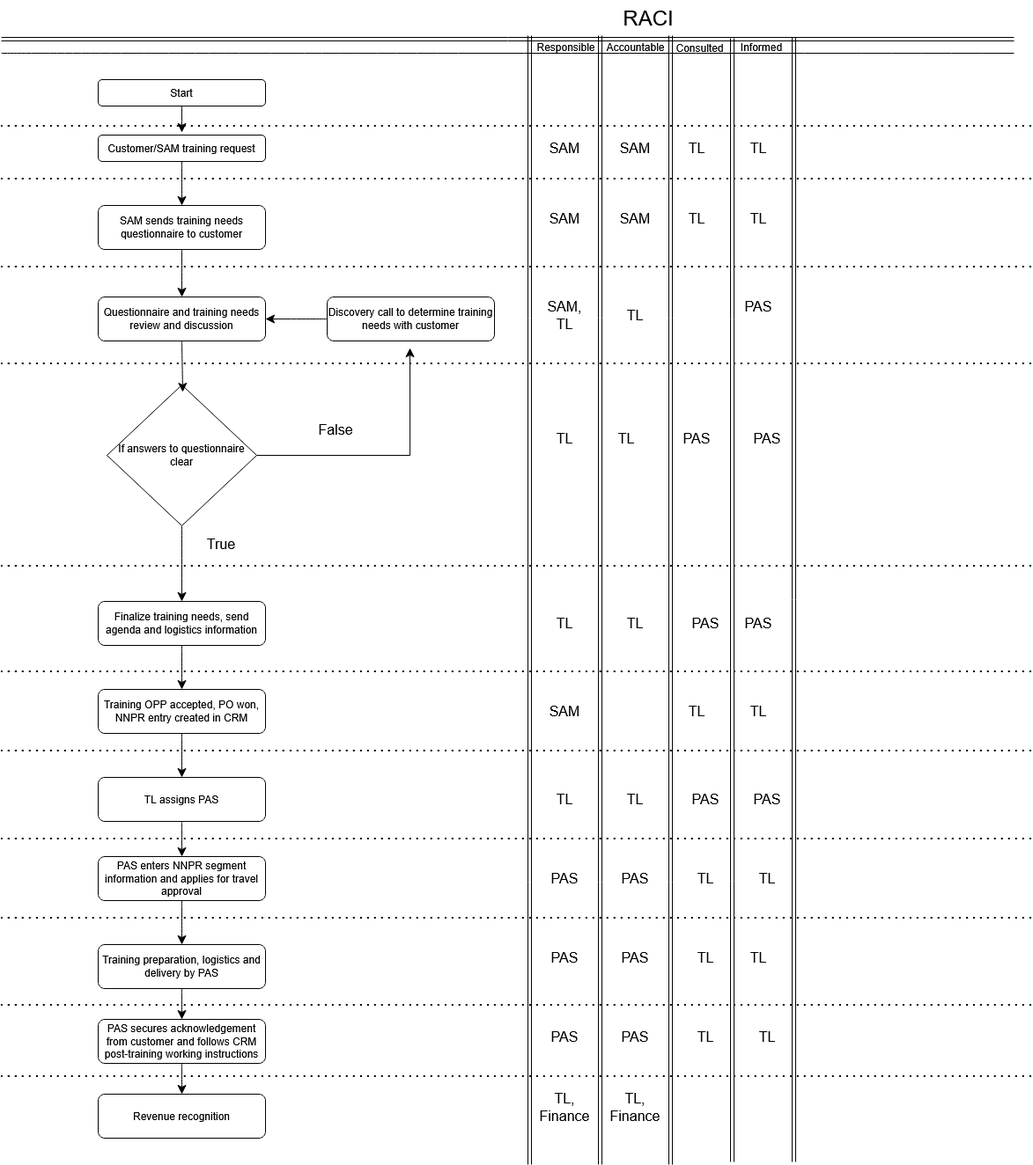
srivats2/dotfiles keeps this draw.io diagram as Postsales_Process.drawio.png. Above is the earlier version. Source tidied: cells renumbered, new cells last; positions are measured from the earlier drawing's top-left corner, leaving out a move shared by most shapes.
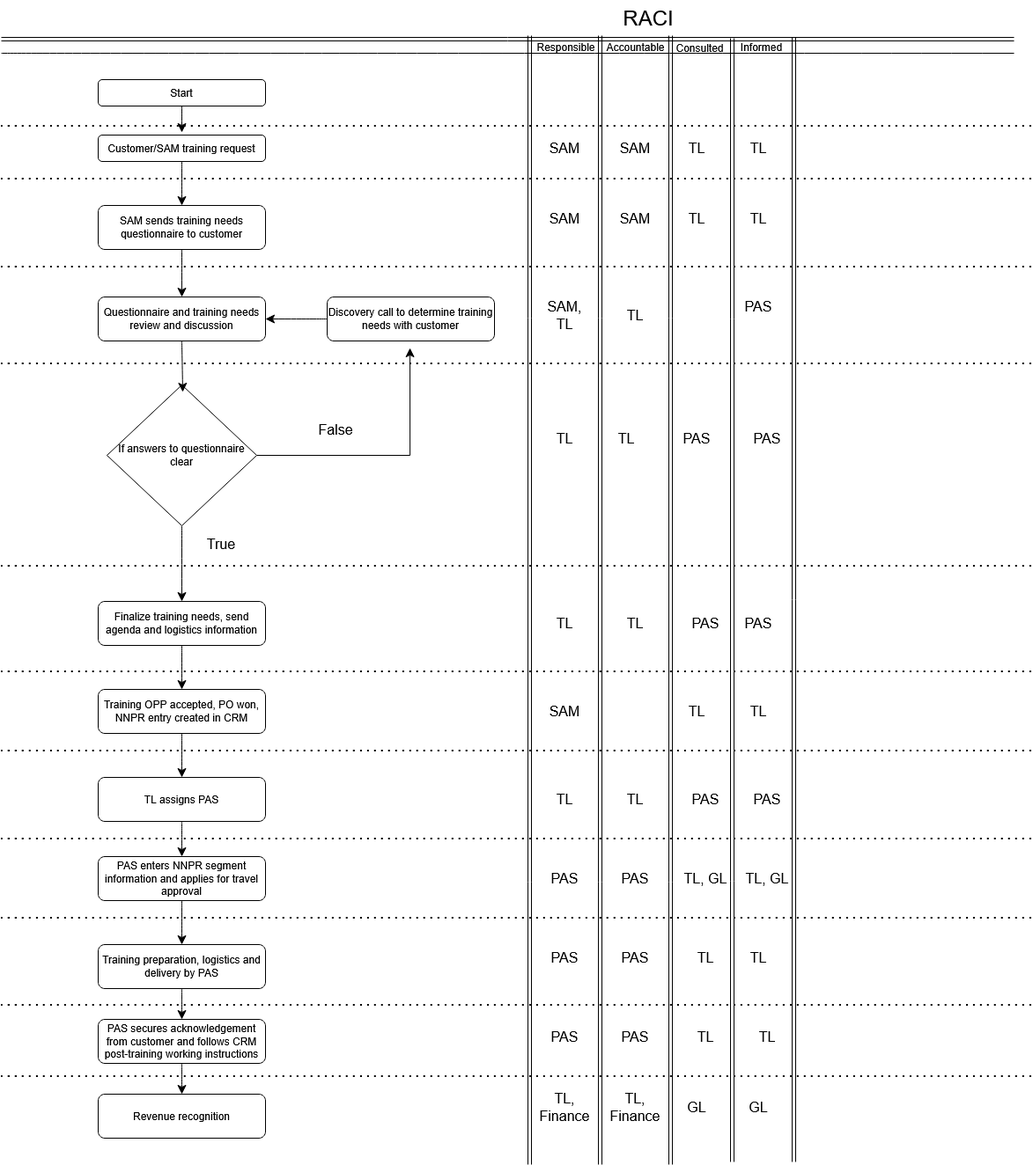
The same file after the commit.

What changed in the source:
```diff
@@ -295,10 +295,10 @@
     <mxCell id="78" value="PAS" style="text;html=1;whiteSpace=wrap;strokeColor=none;fillColor=none;align=center;verticalAlign=middle;rounded=0;fontSize=16;labelBackgroundColor=none;" parent="1" vertex="1">
       <mxGeometry x="690" y="983" width="60" height="30" as="geometry" />
     </mxCell>
-    <mxCell id="79" value="TL" style="text;html=1;whiteSpace=wrap;strokeColor=none;fillColor=none;align=center;verticalAlign=middle;rounded=0;fontSize=16;labelBackgroundColor=none;" parent="1" vertex="1">
+    <mxCell id="79" value="TL, GL" style="text;html=1;whiteSpace=wrap;strokeColor=none;fillColor=none;align=center;verticalAlign=middle;rounded=0;fontSize=16;labelBackgroundColor=none;" parent="1" vertex="1">
       <mxGeometry x="770" y="983" width="60" height="30" as="geometry" />
     </mxCell>
-    <mxCell id="80" value="TL" style="text;html=1;whiteSpace=wrap;strokeColor=none;fillColor=none;align=center;verticalAlign=middle;rounded=0;fontSize=16;labelBackgroundColor=none;" parent="1" vertex="1">
+    <mxCell id="80" value="TL, GL" style="text;html=1;whiteSpace=wrap;strokeColor=none;fillColor=none;align=center;verticalAlign=middle;rounded=0;fontSize=16;labelBackgroundColor=none;" parent="1" vertex="1">
       <mxGeometry x="840" y="983" width="60" height="30" as="geometry" />
     </mxCell>
     <mxCell id="81" value="PAS" style="text;html=1;whiteSpace=wrap;strokeColor=none;fillColor=none;align=center;verticalAlign=middle;rounded=0;fontSize=16;labelBackgroundColor=none;" parent="1" vertex="1">
@@ -339,5 +339,11 @@
     <mxCell id="92" value="Start" style="rounded=1;whiteSpace=wrap;html=1;labelBackgroundColor=none;" parent="1" vertex="1">
       <mxGeometry x="110" y="90" width="190" height="30" as="geometry" />
     </mxCell>
+    <mxCell id="93" value="GL" style="text;html=1;whiteSpace=wrap;strokeColor=none;fillColor=none;align=center;verticalAlign=middle;rounded=0;fontSize=16;" parent="1" vertex="1">
+      <mxGeometry x="760" y="1243" width="60" height="30" as="geometry" />
+    </mxCell>
+    <mxCell id="94" value="GL" style="text;html=1;whiteSpace=wrap;strokeColor=none;fillColor=none;align=center;verticalAlign=middle;rounded=0;fontSize=16;" parent="1" vertex="1">
+      <mxGeometry x="830" y="1243" width="60" height="30" as="geometry" />
+    </mxCell>
   </root>
 </mxGraphModel>
```
